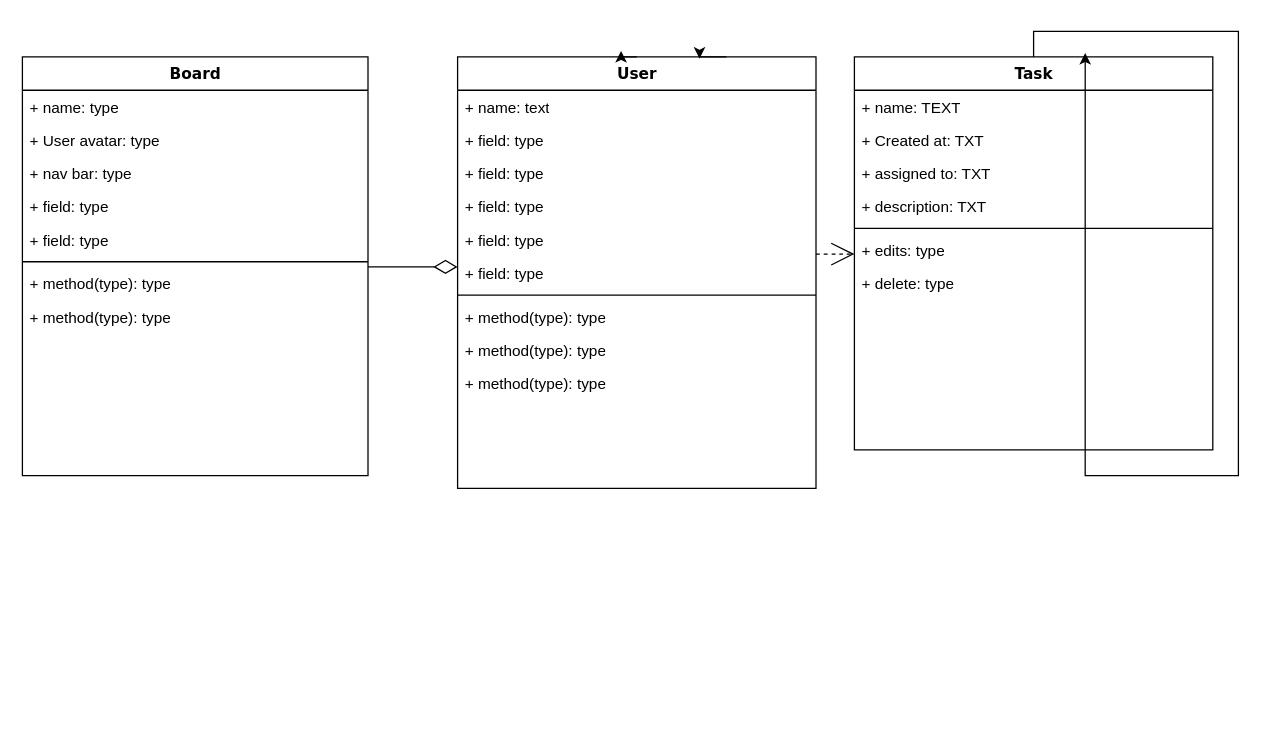
Earlier version of the draw.io diagram Untitled Diagram.drawio (HFMIRE/To-do-list). Source tidied: cells renumbered, new cells numbered last; positions are measured from the earlier drawing's top-left corner, leaving out a move shared by most shapes. Both pictures are drawn from the tidied source at 128%, with x=0, y=0 at pixel (22, 56).
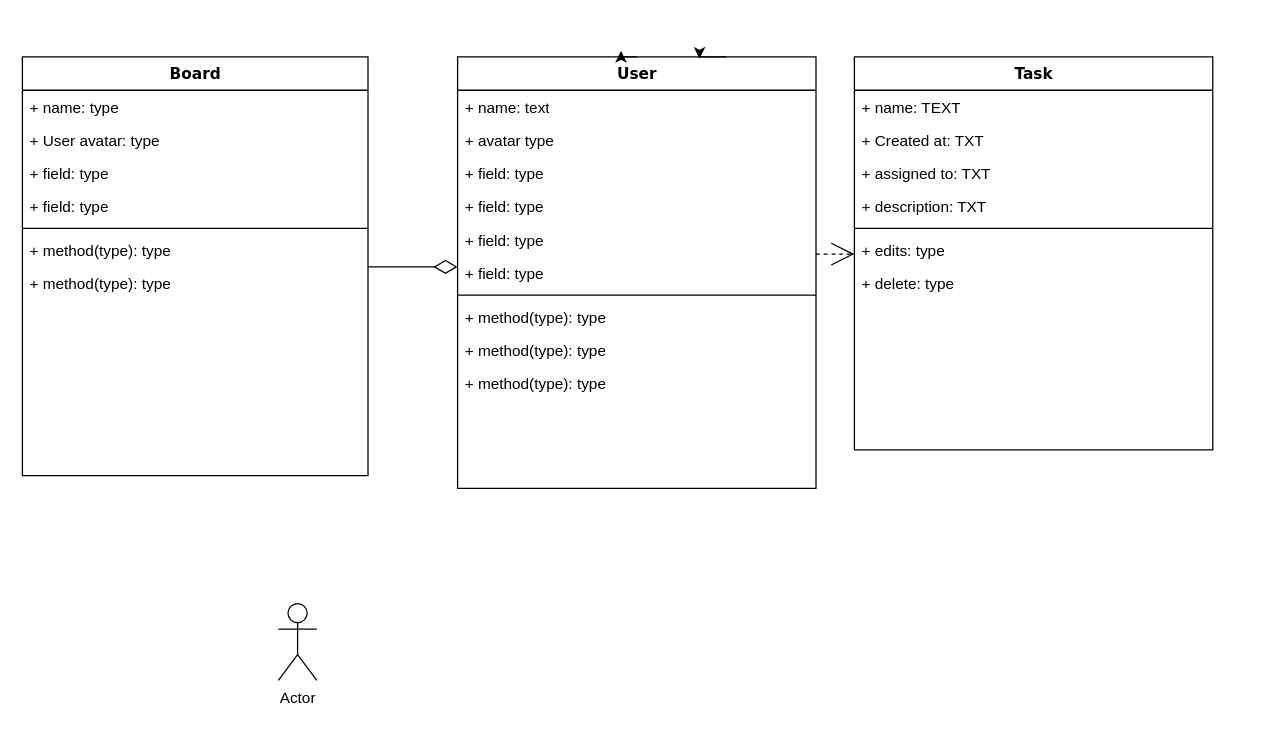
Above is the later version.

The change refers to these unchanged cells:
```xml
<mxCell id="2" value="Board" style="swimlane;html=1;fontStyle=1;align=center;verticalAlign=top;horizontal=1;startSize=26;swimlaneFillColor=#ffffff;rounded=0;shadow=0;comic=0;labelBackgroundColor=none;strokeWidth=1;fillColor=none;fontFamily=Verdana;fontSize=12;" parent="1" vertex="1">
  <mxGeometry width="270" height="327" as="geometry" />
</mxCell>
<mxCell id="12" value="User" style="swimlane;html=1;fontStyle=1;align=center;verticalAlign=top;horizontal=1;startSize=26;swimlaneFillColor=#ffffff;rounded=0;shadow=0;comic=0;labelBackgroundColor=none;strokeWidth=1;fillColor=none;fontFamily=Verdana;fontSize=12;" parent="1" vertex="1">
  <mxGeometry x="340" width="280" height="337" as="geometry" />
</mxCell>
<mxCell id="23" value="Task" style="swimlane;html=1;fontStyle=1;align=center;verticalAlign=top;horizontal=1;startSize=26;swimlaneFillColor=#ffffff;rounded=0;shadow=0;comic=0;labelBackgroundColor=none;strokeWidth=1;fillColor=none;fontFamily=Verdana;fontSize=12;" parent="1" vertex="1">
  <mxGeometry x="650" width="280" height="307" as="geometry" />
</mxCell>
```

Change to the diagram source:
```diff
@@
-    <mxCell id="5" value="+ nav bar: type" style="text;html=1;strokeColor=none;fillColor=none;align=left;verticalAlign=top;spacingLeft=4;spacingRight=4;whiteSpace=wrap;overflow=hidden;" parent="2" vertex="1">
-      <mxGeometry y="78" width="270" height="26" as="geometry" />
-    </mxCell>
     <mxCell id="6" value="+ field: type" style="text;html=1;strokeColor=none;fillColor=none;align=left;verticalAlign=top;spacingLeft=4;spacingRight=4;whiteSpace=wrap;overflow=hidden;" parent="2" vertex="1">
-      <mxGeometry y="104" width="270" height="26" as="geometry" />
+      <mxGeometry y="78" width="270" height="26" as="geometry" />
     </mxCell>
     <mxCell id="7" value="+ field: type" style="text;html=1;strokeColor=none;fillColor=none;align=left;verticalAlign=top;spacingLeft=4;spacingRight=4;whiteSpace=wrap;overflow=hidden;" parent="2" vertex="1">
-      <mxGeometry y="130" width="270" height="26" as="geometry" />
+      <mxGeometry y="104" width="270" height="26" as="geometry" />
     </mxCell>
     <mxCell id="8" style="line;html=1;strokeWidth=1;fillColor=none;align=left;verticalAlign=middle;spacingTop=-1;spacingLeft=3;spacingRight=3;labelPosition=right;" parent="2" vertex="1">
-      <mxGeometry y="156" width="270" height="8" as="geometry" />
+      <mxGeometry y="130" width="270" height="8" as="geometry" />
     </mxCell>
     <mxCell id="9" value="+ method(type): type" style="text;html=1;strokeColor=none;fillColor=none;align=left;verticalAlign=top;spacingLeft=4;spacingRight=4;whiteSpace=wrap;overflow=hidden;" parent="2" vertex="1">
-      <mxGeometry y="164" width="270" height="26" as="geometry" />
+      <mxGeometry y="138" width="270" height="26" as="geometry" />
     </mxCell>
     <mxCell id="10" value="+ method(type): type" style="text;html=1;strokeColor=none;fillColor=none;align=left;verticalAlign=top;spacingLeft=4;spacingRight=4;whiteSpace=wrap;overflow=hidden;" parent="2" vertex="1">
-      <mxGeometry y="190" width="270" height="26" as="geometry" />
+      <mxGeometry y="164" width="270" height="26" as="geometry" />
     </mxCell>
@@
-    <mxCell id="14" value="+ field: type" style="text;html=1;strokeColor=none;fillColor=none;align=left;verticalAlign=top;spacingLeft=4;spacingRight=4;whiteSpace=wrap;overflow=hidden;" parent="12" vertex="1">
+    <mxCell id="14" value="+ avatar type" style="text;html=1;strokeColor=none;fillColor=none;align=left;verticalAlign=top;spacingLeft=4;spacingRight=4;whiteSpace=wrap;overflow=hidden;" parent="12" vertex="1">
       <mxGeometry y="52" width="280" height="26" as="geometry" />
     </mxCell>
@@
-    <mxCell id="32" style="edgeStyle=orthogonalEdgeStyle;rounded=0;orthogonalLoop=1;jettySize=auto;html=1;exitX=0.5;exitY=0;exitDx=0;exitDy=0;entryX=0.644;entryY=-0.01;entryDx=0;entryDy=0;entryPerimeter=0;" parent="1" edge="1" source="23" target="23">
-      <mxGeometry relative="1" as="geometry" />
-    </mxCell>
+    <mxCell id="35" value="Actor" style="shape=umlActor;verticalLabelPosition=bottom;verticalAlign=top;html=1;" parent="1" vertex="1">
+      <mxGeometry x="200" y="427" width="30" height="60" as="geometry" />
+    </mxCell>
```
